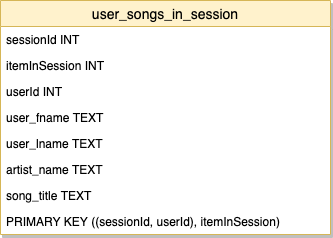
Above: images/user_songs_in_session.png in nataliamele/DEND_Project_1B (draw.io), before the change. Source tidied: cells renumbered, new cells last; positions are measured from the earlier drawing's top-left corner, leaving out a move shared by most shapes.
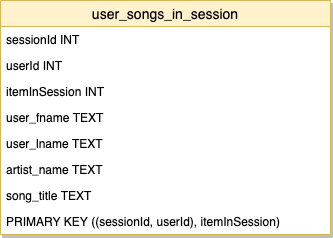
After the commit.

Diff of the diagram source:
```diff
@@ -8,10 +8,10 @@
     <mxCell id="3" value="sessionId INT" style="text;strokeColor=none;fillColor=none;spacingLeft=4;spacingRight=4;overflow=hidden;fontSize=12;" parent="2" vertex="1">
       <mxGeometry y="26" width="330" height="26" as="geometry" />
     </mxCell>
-    <mxCell id="4" value="itemInSession INT" style="text;strokeColor=none;fillColor=none;spacingLeft=4;spacingRight=4;overflow=hidden;fontSize=12;" parent="2" vertex="1">
+    <mxCell id="4" value="userId INT" style="text;strokeColor=none;fillColor=none;spacingLeft=4;spacingRight=4;overflow=hidden;fontSize=12;" parent="2" vertex="1">
       <mxGeometry y="52" width="330" height="26" as="geometry" />
     </mxCell>
-    <mxCell id="5" value="userId INT" style="text;strokeColor=none;fillColor=none;spacingLeft=4;spacingRight=4;overflow=hidden;fontSize=12;" parent="2" vertex="1">
+    <mxCell id="5" value="itemInSession INT" style="text;strokeColor=none;fillColor=none;spacingLeft=4;spacingRight=4;overflow=hidden;fontSize=12;" parent="2" vertex="1">
       <mxGeometry y="78" width="330" height="26" as="geometry" />
     </mxCell>
     <mxCell id="6" value="user_fname TEXT" style="text;strokeColor=none;fillColor=none;spacingLeft=4;spacingRight=4;overflow=hidden;fontSize=12;" parent="2" vertex="1">
```
